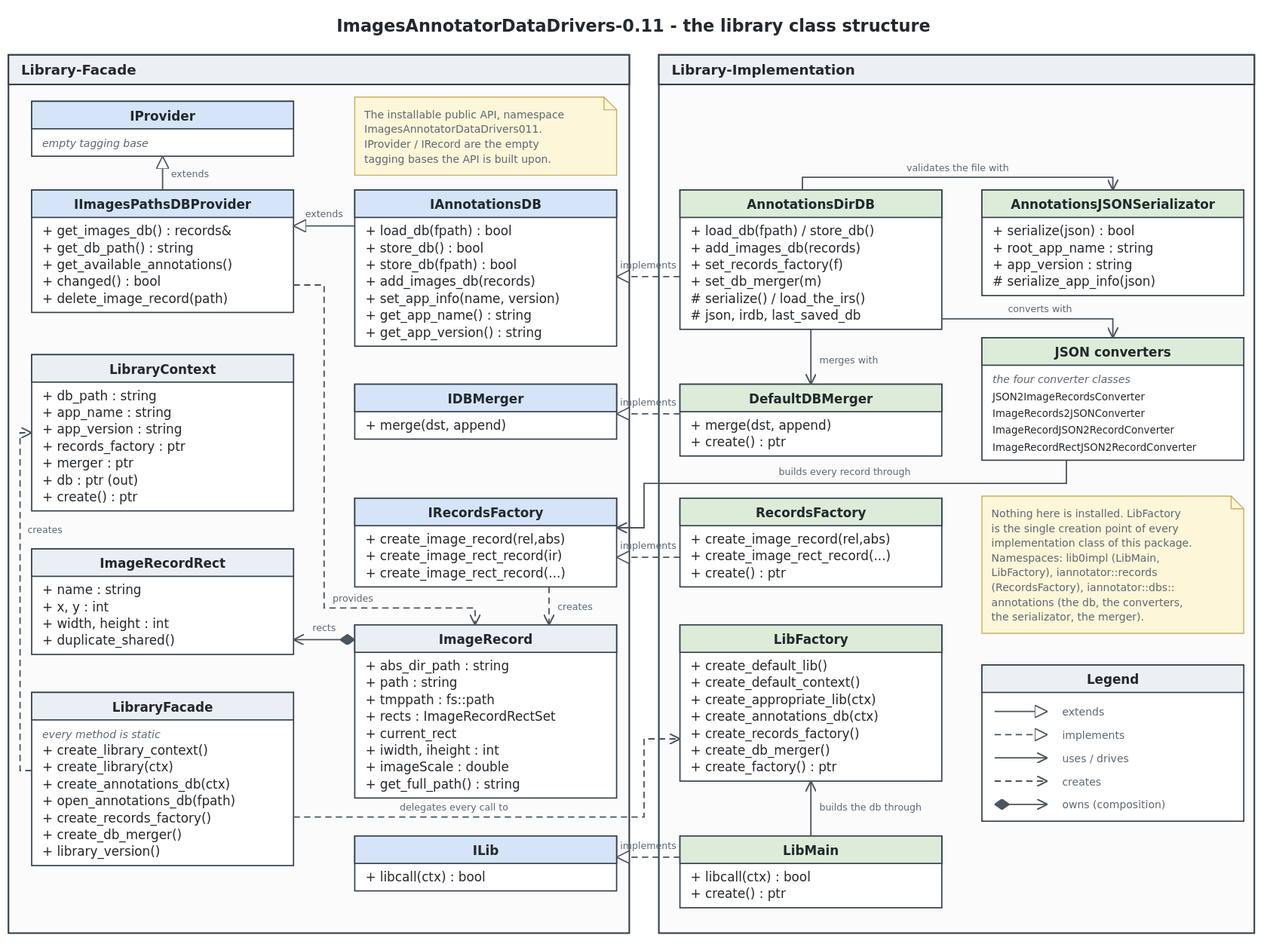
Earlier version of the PlantUML export doc/diagrams/images/lib-class-structure.svg (yuriysydor1991/ImagesAnnotator-DataDrivers). Its source is kept beside it as doc/diagrams/plantuml/lib-class-structure.puml.
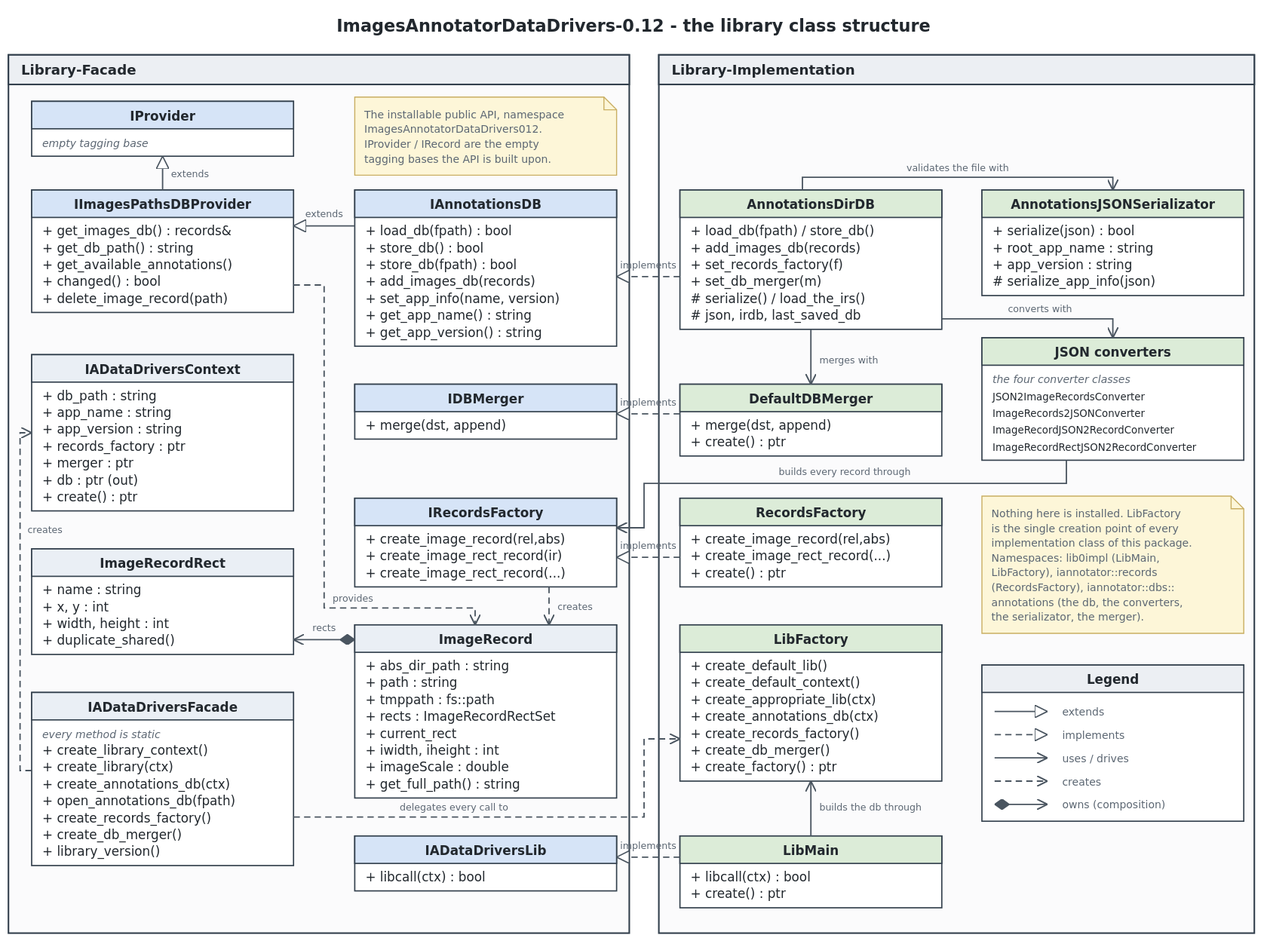
Above is the later version.

The edit, as a diff of the source:
```diff
@@ -33,18 +33,18 @@
     +{abstract} void merge(ImageRecordsSet& dst, const ImageRecordsSet& append)
   }
 
-  abstract class ILib {
-    +{abstract} bool libcall(LibraryContextPtr ctx)
+  abstract class IADataDriversLib {
+    +{abstract} bool libcall(IADataDriversContextPtr ctx)
   }
 
-  class LibraryContext {
+  class IADataDriversContext {
     +std::string db_path
     +std::string app_name
     +std::string app_version
     +IRecordsFactoryPtr records_factory
     +IDBMergerPtr merger
     +IAnnotationsDBPtr db
-    +{static} LibraryContextPtr create()
+    +{static} IADataDriversContextPtr create()
   }
 
   class ImageRecord {
@@ -69,12 +69,12 @@
     +ImageRecordRectPtr duplicate_shared()
   }
 
-  class LibraryFacade {
-    +{static} LibraryContextPtr create_library_context()
-    +{static} ILibPtr create_default_lib()
-    +{static} ILibPtr create_library(LibraryContextPtr ctx)
+  class IADataDriversFacade {
+    +{static} IADataDriversContextPtr create_library_context()
+    +{static} IADataDriversLibPtr create_default_lib()
+    +{static} IADataDriversLibPtr create_library(IADataDriversContextPtr ctx)
     +{static} IAnnotationsDBPtr create_annotations_db()
-    +{static} IAnnotationsDBPtr create_annotations_db(LibraryContextPtr ctx)
+    +{static} IAnnotationsDBPtr create_annotations_db(IADataDriversContextPtr ctx)
     +{static} IAnnotationsDBPtr open_annotations_db(const std::string& fpath)
     +{static} IRecordsFactoryPtr create_records_factory()
     +{static} IDBMergerPtr create_db_merger()
@@ -87,16 +87,16 @@
 package Library-Implementation {
 
   class LibMain <<lib0impl>> {
-    +bool libcall(LibraryContextPtr ctx)
+    +bool libcall(IADataDriversContextPtr ctx)
     +{static} LibMainPtr create()
   }
 
   class LibFactory <<lib0impl>> {
-    +ILibPtr create_default_lib()
-    +LibraryContextPtr create_default_context()
-    +ILibPtr create_appropriate_lib(LibraryContextPtr ctx)
+    +IADataDriversLibPtr create_default_lib()
+    +IADataDriversContextPtr create_default_context()
+    +IADataDriversLibPtr create_appropriate_lib(IADataDriversContextPtr ctx)
     +IAnnotationsDBPtr create_annotations_db()
-    +IAnnotationsDBPtr create_annotations_db(LibraryContextPtr ctx)
+    +IAnnotationsDBPtr create_annotations_db(IADataDriversContextPtr ctx)
     +IRecordsFactoryPtr create_records_factory()
     +IDBMergerPtr create_db_merger()
     +{static} LibFactoryPtr create_factory()
@@ -167,15 +167,15 @@
   }
 }
 
-note Left of LibraryFacade : The facade of the library implementation.\nThe single entry point of a consuming project:\nevery method is static and hands back\nan abstract interface only.
+note Left of IADataDriversFacade : The facade of the library implementation.\nThe single entry point of a consuming project:\nevery method is static and hands back\nan abstract interface only.
 
-note Left of LibraryContext : The data placeholder passed in and out\nof ILib::libcall. Holds the db path, the\napplication identity and the optional custom\nrecords factory and merger. Filled with the\nANNOTATIONS_DB_ROOT_APP_NAME and the\nANNOTATIONS_DB_APP_VERSION defaults.
+note Left of IADataDriversContext : The data placeholder passed in and out\nof IADataDriversLib::libcall. Holds the db path, the\napplication identity and the optional custom\nrecords factory and merger. Filled with the\nANNOTATIONS_DB_ROOT_APP_NAME and the\nANNOTATIONS_DB_APP_VERSION defaults.
 
-note Bottom of ILib : The particular library implementation interface declearer.
+note Bottom of IADataDriversLib : The particular library implementation interface declearer.
 
 note Right of IProvider : IProvider and IRecord are the empty tagging\nbases every provider and every data record\nof the public API is built upon.
 
-note Right of LibMain : The particular library implementation.\nIs created by LibFactory to return\nby LibraryFacade to the end user.
+note Right of LibMain : The particular library implementation.\nIs created by LibFactory to return\nby IADataDriversFacade to the end user.
 
 note Bottom of LibFactory : The factory to create library implementations objects.\nEvery class of this package is instantiated through it.
 
@@ -193,15 +193,15 @@
 IRecordsFactory ..> ImageRecord : creates
 IRecordsFactory ..> ImageRecordRect : creates
 
-LibraryContext o-- IRecordsFactory : in
-LibraryContext o-- IDBMerger : in
-LibraryContext o-- IAnnotationsDB : out
-ILib ..> LibraryContext : takes and fills
+IADataDriversContext o-- IRecordsFactory : in
+IADataDriversContext o-- IDBMerger : in
+IADataDriversContext o-- IAnnotationsDB : out
+IADataDriversLib ..> IADataDriversContext : takes and fills
 
-LibraryFacade ..> LibraryContext : creates
-LibraryFacade --> LibFactory : delegates every call to
+IADataDriversFacade ..> IADataDriversContext : creates
+IADataDriversFacade --> LibFactory : delegates every call to
 
-ILib <|-- LibMain : Particular implementation
+IADataDriversLib <|-- LibMain : Particular implementation
 IAnnotationsDB <|-- AnnotationsDirDB : implements
 IRecordsFactory <|-- RecordsFactory : implements
 IDBMerger <|-- DefaultDBMerger : implements
```
